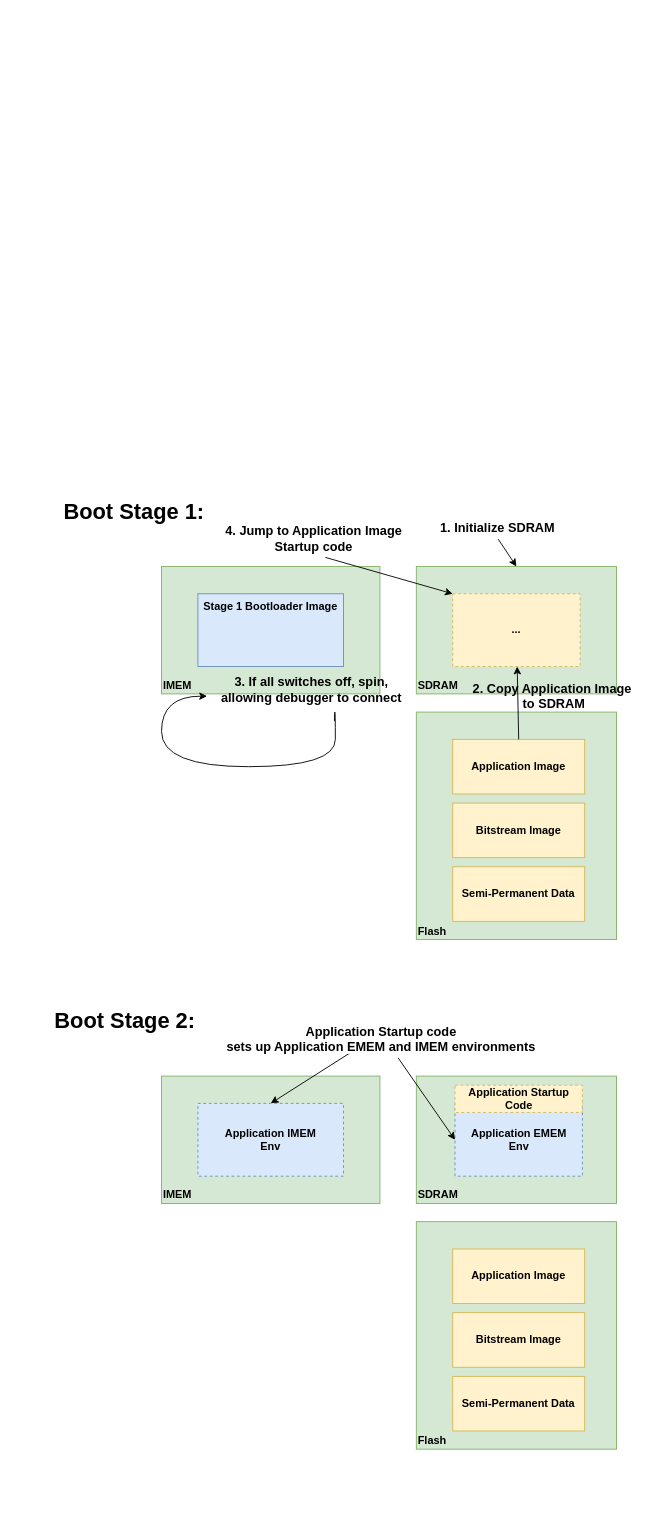
The draw.io diagram docs/assets/boxlambda_sw_env_boot.drawio in epsilon537/boxlambda, before the edit. Source tidied: cells renumbered, new cells numbered last; positions are measured from the earlier drawing's top-left corner, leaving out a move shared by most shapes. Both pictures are drawn from the tidied source at 91%, with x=0, y=0 at pixel (15, 498).
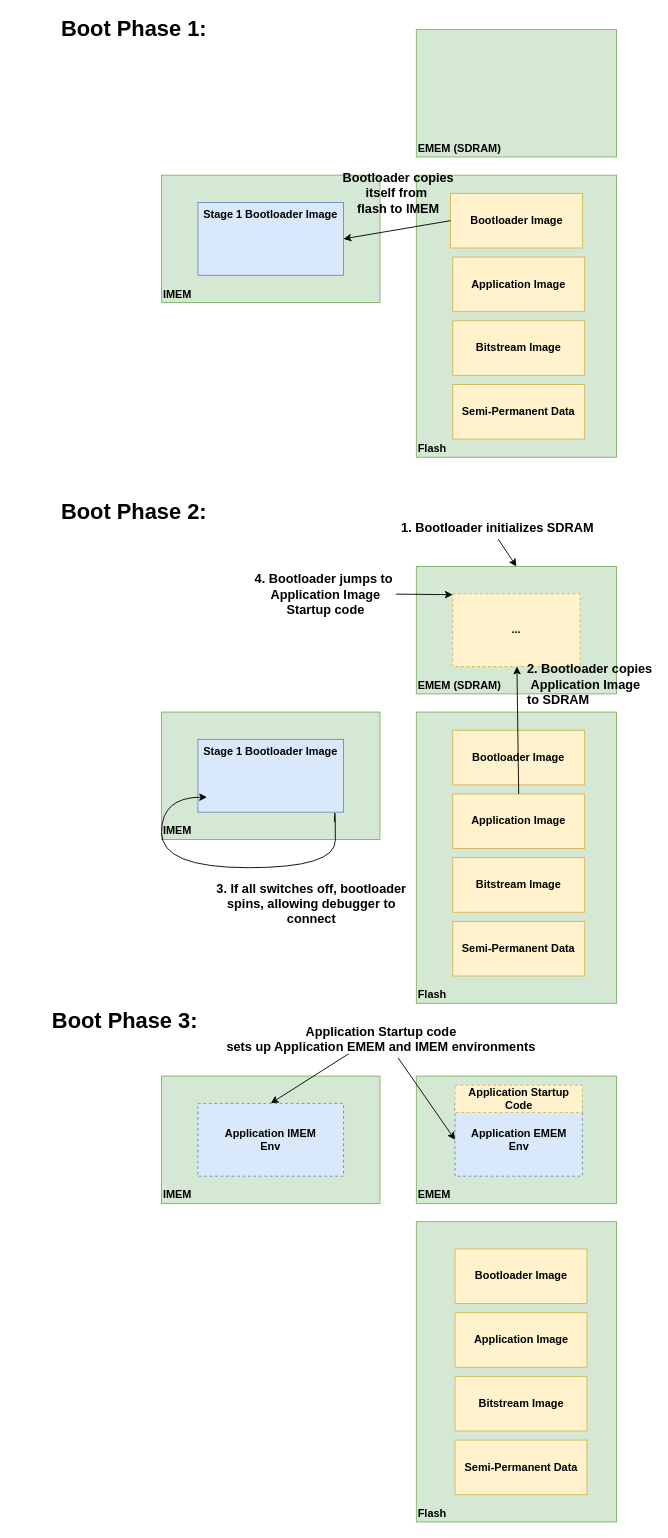
The same page after the edit.

Unchanged cells that the change refers to:
```xml
<mxCell id="7" value="..." style="rounded=0;whiteSpace=wrap;html=1;dashed=1;fontStyle=1;fillColor=#fff2cc;strokeColor=#d6b656;" parent="1" vertex="1">
  <mxGeometry x="480" y="105" width="140" height="80" as="geometry" />
</mxCell>
```

The edit, as a diff of the source:
```diff
@@
     <mxCell id="2" value="IMEM" style="rounded=0;whiteSpace=wrap;html=1;verticalAlign=bottom;fontStyle=1;fillColor=#d5e8d4;strokeColor=#82b366;align=left;" parent="1" vertex="1">
-      <mxGeometry x="160" y="75" width="240" height="140" as="geometry" />
+      <mxGeometry x="160" y="235" width="240" height="140" as="geometry" />
     </mxCell>
-    <mxCell id="3" value="SDRAM" style="rounded=0;whiteSpace=wrap;html=1;verticalAlign=bottom;fontStyle=1;fillColor=#d5e8d4;strokeColor=#82b366;align=left;" parent="1" vertex="1">
+    <mxCell id="3" value="EMEM (SDRAM)" style="rounded=0;whiteSpace=wrap;html=1;verticalAlign=bottom;fontStyle=1;fillColor=#d5e8d4;strokeColor=#82b366;align=left;" parent="1" vertex="1">
       <mxGeometry x="440" y="75" width="220" height="140" as="geometry" />
     </mxCell>
     <mxCell id="4" value="Flash" style="rounded=0;whiteSpace=wrap;html=1;verticalAlign=bottom;fontStyle=1;fillColor=#d5e8d4;strokeColor=#82b366;align=left;" parent="1" vertex="1">
-      <mxGeometry x="440" y="235" width="220" height="250" as="geometry" />
+      <mxGeometry x="440" y="235" width="220" height="320" as="geometry" />
     </mxCell>
     <mxCell id="5" value="Stage 1 Bootloader Image" style="rounded=0;whiteSpace=wrap;html=1;verticalAlign=top;fontStyle=1;fillColor=#dae8fc;strokeColor=#6c8ebf;" parent="1" vertex="1">
-      <mxGeometry x="200" y="105" width="160" height="80" as="geometry" />
+      <mxGeometry x="200" y="265" width="160" height="80" as="geometry" />
     </mxCell>
     <mxCell id="6" value="Application Image" style="rounded=0;whiteSpace=wrap;html=1;fontStyle=1;fillColor=#fff2cc;strokeColor=#d6b656;" parent="1" vertex="1">
-      <mxGeometry x="480" y="265" width="145" height="60" as="geometry" />
+      <mxGeometry x="480" y="325" width="145" height="60" as="geometry" />
     </mxCell>
@@
-    <mxCell id="8" value="&lt;font style=&quot;font-size: 14px;&quot;&gt;1. Initialize SDRAM&lt;/font&gt;" style="endArrow=classic;html=1;rounded=0;entryX=0.5;entryY=0;entryDx=0;entryDy=0;fontStyle=1;" parent="1" edge="1" target="3">
+    <mxCell id="8" value="&lt;font style=&quot;font-size: 14px;&quot;&gt;1. Bootloader initializes SDRAM&lt;/font&gt;" style="endArrow=classic;html=1;rounded=0;entryX=0.5;entryY=0;entryDx=0;entryDy=0;fontStyle=1;" parent="1" edge="1" target="3">
       <mxGeometry x="-1" y="22" relative="1" as="geometry">
         <mxPoint x="530" y="45" as="sourcePoint" />
         <mxPoint x="-19" as="offset" />
       </mxGeometry>
     </mxCell>
-    <mxCell id="9" value="2. Copy Application Image&amp;nbsp;&lt;div&gt;to SDRAM&lt;/div&gt;" style="endArrow=classic;html=1;rounded=0;fontStyle=1;fontSize=14;exitX=0.5;exitY=0;exitDx=0;exitDy=0;labelBackgroundColor=none;" parent="1" edge="1" source="6" target="7">
-      <mxGeometry x="0.17" y="-39" relative="1" as="geometry" />
-    </mxCell>
-    <mxCell id="10" value="4. Jump to Application Image&lt;div&gt;Startup code&lt;/div&gt;" style="endArrow=classic;html=1;rounded=0;entryX=0;entryY=0;entryDx=0;entryDy=0;fontStyle=1;fontSize=14;" parent="1" edge="1" target="7">
-      <mxGeometry x="-1" y="22" relative="1" as="geometry">
-        <mxPoint x="340" y="65" as="sourcePoint" />
-        <mxPoint x="-19" as="offset" />
+    <mxCell id="10" value="4. Bootloader jumps to&amp;nbsp;&lt;div&gt;Application Image&lt;div&gt;Startup code&lt;/div&gt;&lt;/div&gt;" style="endArrow=classic;html=1;rounded=0;entryX=0;entryY=0;entryDx=0;entryDy=0;fontStyle=1;fontSize=14;" parent="1" edge="1">
+      <mxGeometry x="-1" y="-40" relative="1" as="geometry">
+        <mxPoint x="380" y="105" as="sourcePoint" />
+        <mxPoint x="480" y="106" as="targetPoint" />
+        <mxPoint x="-40" y="-39" as="offset" />
       </mxGeometry>
     </mxCell>
-    <mxCell id="11" value="Boot Stage 1:" style="text;html=1;align=center;verticalAlign=middle;whiteSpace=wrap;rounded=0;fontStyle=1;fontSize=24;" parent="1" vertex="1">
+    <mxCell id="11" value="Boot Phase 2:" style="text;html=1;align=center;verticalAlign=middle;whiteSpace=wrap;rounded=0;fontStyle=1;fontSize=24;" parent="1" vertex="1">
       <mxGeometry x="10" width="240" height="30" as="geometry" />
     </mxCell>
@@
-    <mxCell id="13" value="SDRAM" style="rounded=0;whiteSpace=wrap;html=1;verticalAlign=bottom;fontStyle=1;fillColor=#d5e8d4;strokeColor=#82b366;align=left;" parent="1" vertex="1">
+    <mxCell id="13" value="EMEM" style="rounded=0;whiteSpace=wrap;html=1;verticalAlign=bottom;fontStyle=1;fillColor=#d5e8d4;strokeColor=#82b366;align=left;" parent="1" vertex="1">
       <mxGeometry x="440" y="635" width="220" height="140" as="geometry" />
     </mxCell>
@@
-    <mxCell id="15" value="Boot Stage 2:" style="text;html=1;align=center;verticalAlign=middle;whiteSpace=wrap;rounded=0;fontStyle=1;fontSize=24;" parent="1" vertex="1">
+    <mxCell id="15" value="Boot Phase 3:" style="text;html=1;align=center;verticalAlign=middle;whiteSpace=wrap;rounded=0;fontStyle=1;fontSize=24;" parent="1" vertex="1">
       <mxGeometry y="560" width="240" height="30" as="geometry" />
     </mxCell>
-    <mxCell id="16" value="&lt;b&gt;&lt;font style=&quot;font-size: 14px;&quot;&gt;3. If all switches off, spin, allowing debugger to connect&lt;/font&gt;&lt;/b&gt;" style="text;html=1;align=center;verticalAlign=middle;whiteSpace=wrap;rounded=0;" parent="1" vertex="1">
-      <mxGeometry x="210" y="195" width="230" height="30" as="geometry" />
+    <mxCell id="16" value="&lt;div&gt;&lt;b&gt;&lt;font style=&quot;font-size: 14px;&quot;&gt;&lt;br&gt;&lt;/font&gt;&lt;/b&gt;&lt;/div&gt;&lt;b&gt;&lt;font style=&quot;font-size: 14px;&quot;&gt;&lt;div&gt;&lt;b&gt;&lt;font style=&quot;font-size: 14px;&quot;&gt;&lt;br&gt;&lt;/font&gt;&lt;/b&gt;&lt;/div&gt;&lt;div&gt;&lt;b&gt;&lt;font style=&quot;font-size: 14px;&quot;&gt;&lt;br&gt;&lt;/font&gt;&lt;/b&gt;&lt;/div&gt;&lt;div&gt;&lt;b&gt;&lt;font style=&quot;font-size: 14px;&quot;&gt;&lt;br&gt;&lt;/font&gt;&lt;/b&gt;&lt;/div&gt;&lt;div&gt;&lt;b&gt;&lt;font style=&quot;font-size: 14px;&quot;&gt;&lt;br&gt;&lt;/font&gt;&lt;/b&gt;&lt;/div&gt;&lt;div&gt;&lt;b&gt;&lt;font style=&quot;font-size: 14px;&quot;&gt;&lt;br&gt;&lt;/font&gt;&lt;/b&gt;&lt;/div&gt;&lt;div&gt;&lt;b&gt;&lt;font style=&quot;font-size: 14px;&quot;&gt;&lt;br&gt;&lt;/font&gt;&lt;/b&gt;&lt;/div&gt;&lt;div&gt;&lt;b&gt;&lt;font style=&quot;font-size: 14px;&quot;&gt;&lt;br&gt;&lt;/font&gt;&lt;/b&gt;&lt;/div&gt;&lt;div&gt;&lt;b&gt;&lt;font style=&quot;font-size: 14px;&quot;&gt;&lt;br&gt;&lt;/font&gt;&lt;/b&gt;&lt;/div&gt;&lt;div&gt;&lt;b style=&quot;background-color: transparent; color: light-dark(rgb(0, 0, 0), rgb(255, 255, 255)); text-align: left; font-size: 12px;&quot;&gt;&lt;font style=&quot;font-size: 14px;&quot;&gt;3. If all switches off, bootloader spins, allowing debugger to connect&lt;/font&gt;&lt;/b&gt;&lt;/div&gt;&lt;/font&gt;&lt;/b&gt;" style="text;html=1;align=center;verticalAlign=middle;whiteSpace=wrap;rounded=0;" parent="1" vertex="1">
+      <mxGeometry x="210" y="355" width="230" height="30" as="geometry" />
     </mxCell>
-    <mxCell id="17" style="endArrow=classic;html=1;rounded=0;entryX=0;entryY=0.75;entryDx=0;entryDy=0;edgeStyle=orthogonalEdgeStyle;curved=1;" parent="1" edge="1" target="16">
+    <mxCell id="17" style="endArrow=classic;html=1;rounded=0;entryX=0;entryY=0.75;entryDx=0;entryDy=0;edgeStyle=orthogonalEdgeStyle;curved=1;" parent="1" edge="1">
       <mxGeometry relative="1" as="geometry">
-        <mxPoint x="350" y="245" as="sourcePoint" />
+        <mxPoint x="350" y="356" as="sourcePoint" />
+        <mxPoint x="210" y="328.5" as="targetPoint" />
         <Array as="points">
-          <mxPoint x="350" y="235" />
-          <mxPoint x="351" y="235" />
-          <mxPoint x="351" y="295" />
-          <mxPoint x="160" y="295" />
-          <mxPoint x="160" y="218" />
+          <mxPoint x="350" y="346" />
+          <mxPoint x="351" y="346" />
+          <mxPoint x="351" y="406" />
+          <mxPoint x="160" y="406" />
+          <mxPoint x="160" y="329" />
         </Array>
       </mxGeometry>
     </mxCell>
@@
     <mxCell id="21" value="Bitstream Image" style="rounded=0;whiteSpace=wrap;html=1;fontStyle=1;fillColor=#fff2cc;strokeColor=#d6b656;" parent="1" vertex="1">
-      <mxGeometry x="480" y="335" width="145" height="60" as="geometry" />
+      <mxGeometry x="480" y="395" width="145" height="60" as="geometry" />
     </mxCell>
     <mxCell id="22" value="Semi-Permanent Data" style="rounded=0;whiteSpace=wrap;html=1;fontStyle=1;fillColor=#fff2cc;strokeColor=#d6b656;" parent="1" vertex="1">
-      <mxGeometry x="480" y="405" width="145" height="60" as="geometry" />
+      <mxGeometry x="480" y="465" width="145" height="60" as="geometry" />
     </mxCell>
     <mxCell id="23" value="Flash" style="rounded=0;whiteSpace=wrap;html=1;verticalAlign=bottom;fontStyle=1;fillColor=#d5e8d4;strokeColor=#82b366;align=left;" parent="1" vertex="1">
-      <mxGeometry x="440" y="795" width="220" height="250" as="geometry" />
+      <mxGeometry x="440" y="795" width="220" height="330" as="geometry" />
     </mxCell>
     <mxCell id="24" value="Application Image" style="rounded=0;whiteSpace=wrap;html=1;fontStyle=1;fillColor=#fff2cc;strokeColor=#d6b656;" parent="1" vertex="1">
-      <mxGeometry x="480" y="825" width="145" height="60" as="geometry" />
+      <mxGeometry x="482.5" y="895" width="145" height="60" as="geometry" />
     </mxCell>
     <mxCell id="25" value="Bitstream Image" style="rounded=0;whiteSpace=wrap;html=1;fontStyle=1;fillColor=#fff2cc;strokeColor=#d6b656;" parent="1" vertex="1">
-      <mxGeometry x="480" y="895" width="145" height="60" as="geometry" />
+      <mxGeometry x="482.5" y="965" width="145" height="60" as="geometry" />
     </mxCell>
     <mxCell id="26" value="Semi-Permanent Data" style="rounded=0;whiteSpace=wrap;html=1;fontStyle=1;fillColor=#fff2cc;strokeColor=#d6b656;" parent="1" vertex="1">
-      <mxGeometry x="480" y="965" width="145" height="60" as="geometry" />
+      <mxGeometry x="482.5" y="1035" width="145" height="60" as="geometry" />
     </mxCell>
@@
+    <mxCell id="28" value="IMEM" style="rounded=0;whiteSpace=wrap;html=1;verticalAlign=bottom;fontStyle=1;fillColor=#d5e8d4;strokeColor=#82b366;align=left;" parent="1" vertex="1">
+      <mxGeometry x="160" y="-355" width="240" height="140" as="geometry" />
+    </mxCell>
+    <mxCell id="29" value="EMEM (SDRAM)" style="rounded=0;whiteSpace=wrap;html=1;verticalAlign=bottom;fontStyle=1;fillColor=#d5e8d4;strokeColor=#82b366;align=left;" parent="1" vertex="1">
+      <mxGeometry x="440" y="-515" width="220" height="140" as="geometry" />
+    </mxCell>
+    <mxCell id="30" value="Flash" style="rounded=0;whiteSpace=wrap;html=1;verticalAlign=bottom;fontStyle=1;fillColor=#d5e8d4;strokeColor=#82b366;align=left;" parent="1" vertex="1">
+      <mxGeometry x="440" y="-355" width="220" height="310" as="geometry" />
+    </mxCell>
+    <mxCell id="31" value="Stage 1 Bootloader Image" style="rounded=0;whiteSpace=wrap;html=1;verticalAlign=top;fontStyle=1;fillColor=#dae8fc;strokeColor=#6c8ebf;" parent="1" vertex="1">
+      <mxGeometry x="200" y="-325" width="160" height="80" as="geometry" />
+    </mxCell>
+    <mxCell id="32" value="Application Image" style="rounded=0;whiteSpace=wrap;html=1;fontStyle=1;fillColor=#fff2cc;strokeColor=#d6b656;" parent="1" vertex="1">
+      <mxGeometry x="480" y="-265" width="145" height="60" as="geometry" />
+    </mxCell>
+    <mxCell id="33" value="Boot Phase 1:" style="text;html=1;align=center;verticalAlign=middle;whiteSpace=wrap;rounded=0;fontStyle=1;fontSize=24;" parent="1" vertex="1">
+      <mxGeometry x="10" y="-530" width="240" height="30" as="geometry" />
+    </mxCell>
+    <mxCell id="34" value="Bitstream Image" style="rounded=0;whiteSpace=wrap;html=1;fontStyle=1;fillColor=#fff2cc;strokeColor=#d6b656;" parent="1" vertex="1">
+      <mxGeometry x="480" y="-195" width="145" height="60" as="geometry" />
+    </mxCell>
+    <mxCell id="35" value="Semi-Permanent Data" style="rounded=0;whiteSpace=wrap;html=1;fontStyle=1;fillColor=#fff2cc;strokeColor=#d6b656;" parent="1" vertex="1">
+      <mxGeometry x="480" y="-125" width="145" height="60" as="geometry" />
+    </mxCell>
+    <mxCell id="36" value="Bootloader Image" style="rounded=0;whiteSpace=wrap;html=1;fontStyle=1;fillColor=#fff2cc;strokeColor=#d6b656;" parent="1" vertex="1">
+      <mxGeometry x="477.5" y="-335" width="145" height="60" as="geometry" />
+    </mxCell>
+    <mxCell id="37" value="&lt;b&gt;&lt;font style=&quot;font-size: 14px;&quot;&gt;Bootloader copies&lt;/font&gt;&lt;/b&gt;&lt;div&gt;&lt;b&gt;&lt;font style=&quot;font-size: 14px;&quot;&gt;itself from&amp;nbsp;&lt;/font&gt;&lt;/b&gt;&lt;/div&gt;&lt;div&gt;&lt;b&gt;&lt;font style=&quot;font-size: 14px;&quot;&gt;flash to IMEM&lt;/font&gt;&lt;/b&gt;&lt;/div&gt;" style="endArrow=classic;html=1;rounded=0;exitX=0;exitY=0.5;exitDx=0;exitDy=0;entryX=1;entryY=0.5;entryDx=0;entryDy=0;fontSize=12;labelBackgroundColor=none;" parent="1" edge="1" source="36" target="31">
+      <mxGeometry x="-0.13" y="-39" relative="1" as="geometry" />
+    </mxCell>
+    <mxCell id="38" value="Bootloader Image" style="rounded=0;whiteSpace=wrap;html=1;fontStyle=1;fillColor=#fff2cc;strokeColor=#d6b656;" parent="1" vertex="1">
+      <mxGeometry x="480" y="255" width="145" height="60" as="geometry" />
+    </mxCell>
+    <mxCell id="9" value="2. Bootloader copies&lt;div&gt;&amp;nbsp;Application Image&amp;nbsp;&lt;div&gt;to SDRAM&lt;/div&gt;&lt;/div&gt;" style="endArrow=classic;html=1;rounded=0;fontStyle=1;fontSize=14;exitX=0.5;exitY=0;exitDx=0;exitDy=0;labelBackgroundColor=none;align=left;" parent="1" edge="1" source="6" target="7">
+      <mxGeometry x="0.71" y="-9" relative="1" as="geometry" />
+    </mxCell>
+    <mxCell id="39" value="Bootloader Image" style="rounded=0;whiteSpace=wrap;html=1;fontStyle=1;fillColor=#fff2cc;strokeColor=#d6b656;" parent="1" vertex="1">
+      <mxGeometry x="482.5" y="825" width="145" height="60" as="geometry" />
+    </mxCell>
```
